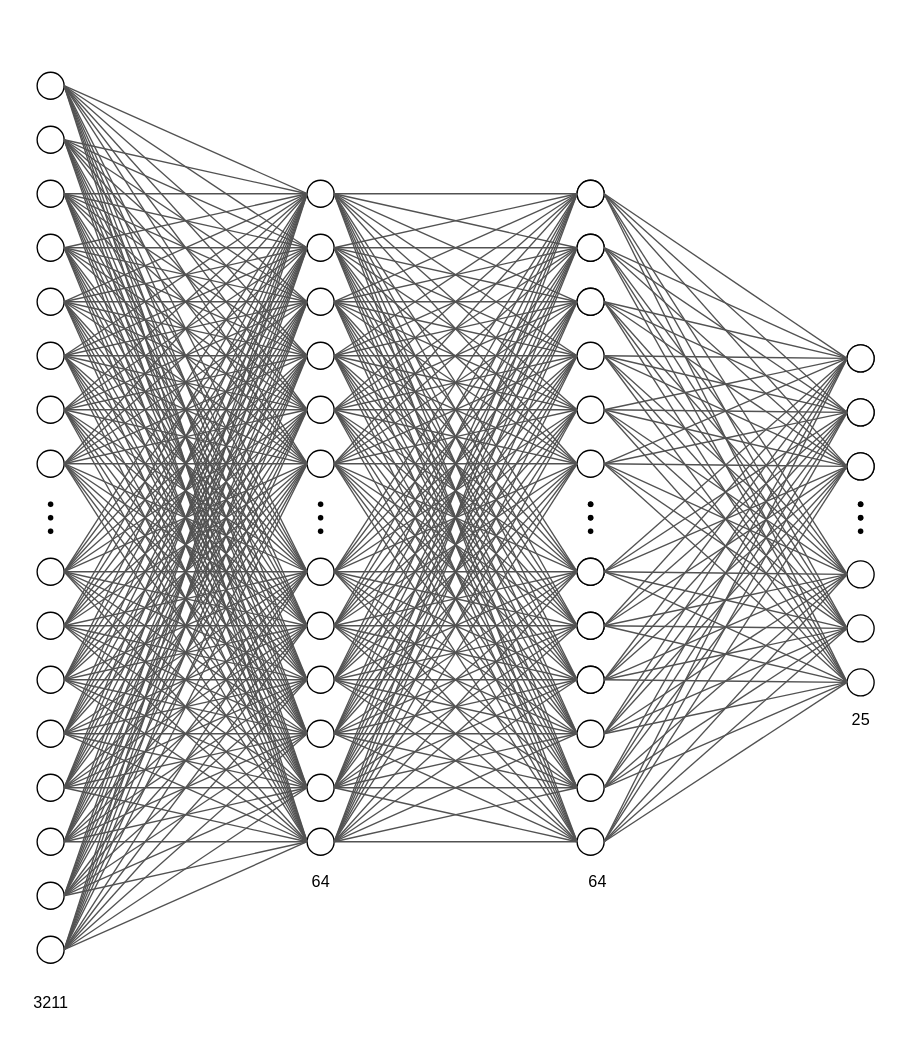
Above: assets/images/baseline_policy_net.drawio in FilipinoGambino/FilipinoGambino.github.io (draw.io), before the change. Source tidied: cells renumbered, new cells numbered last; positions are measured from the earlier drawing's top-left corner, leaving out a move shared by most shapes. Both pictures are drawn from the tidied source at 135%, with x=0, y=0 at pixel (23, 72).
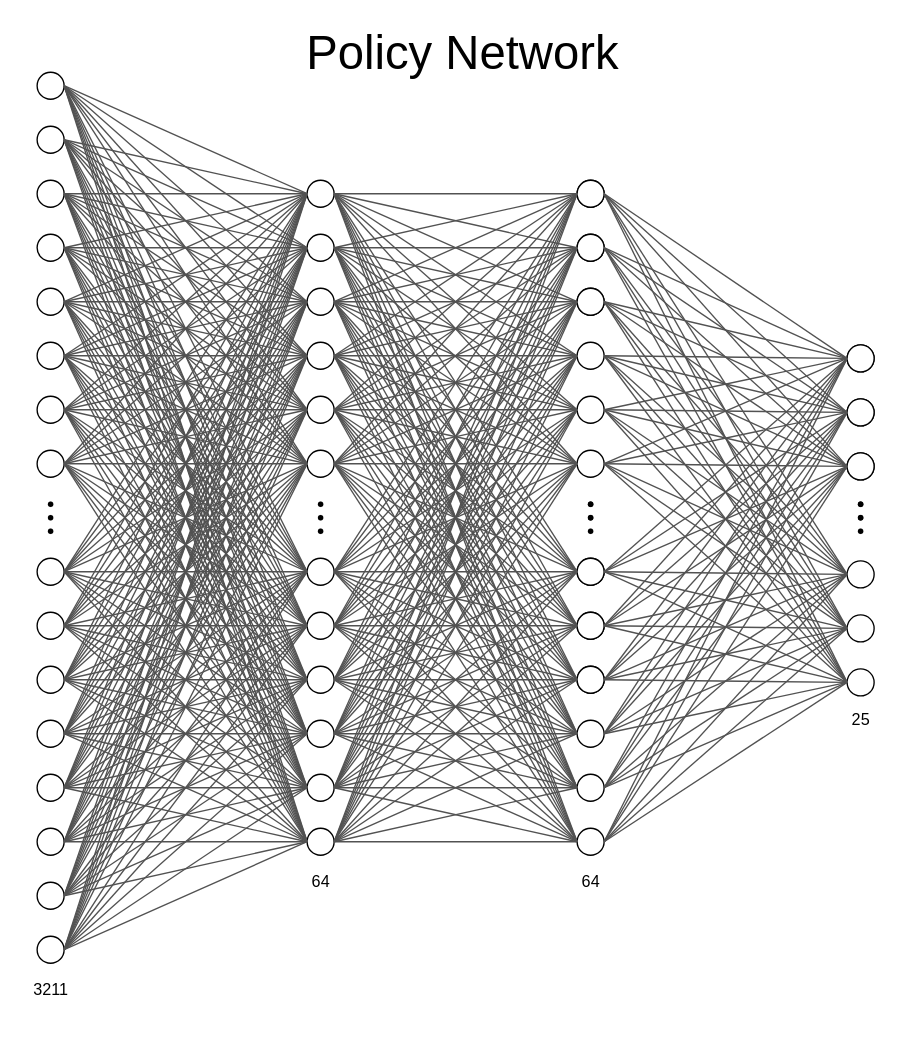
After the change.

What changed in the source:
```diff
@@
     <mxCell id="228" value="3211" style="text;html=1;align=center;verticalAlign=middle;strokeColor=none;fillColor=none;" parent="1" vertex="1">
-      <mxGeometry y="680" width="40" height="20" as="geometry" />
+      <mxGeometry y="670" width="40" height="20" as="geometry" />
     </mxCell>
@@
     <mxCell id="484" value="64" style="text;html=1;align=center;verticalAlign=middle;strokeColor=none;fillColor=none;" parent="1" vertex="1">
-      <mxGeometry x="410" y="590" width="30" height="20" as="geometry" />
+      <mxGeometry x="405" y="590" width="30" height="20" as="geometry" />
     </mxCell>
+    <mxCell id="485" value="&lt;font style=&quot;font-size: 35px;&quot;&gt;Policy Network&lt;/font&gt;" style="text;html=1;align=center;verticalAlign=middle;strokeColor=none;fillColor=none;" parent="1" vertex="1">
+      <mxGeometry x="200" y="-30" width="250" height="30" as="geometry" />
+    </mxCell>
```
